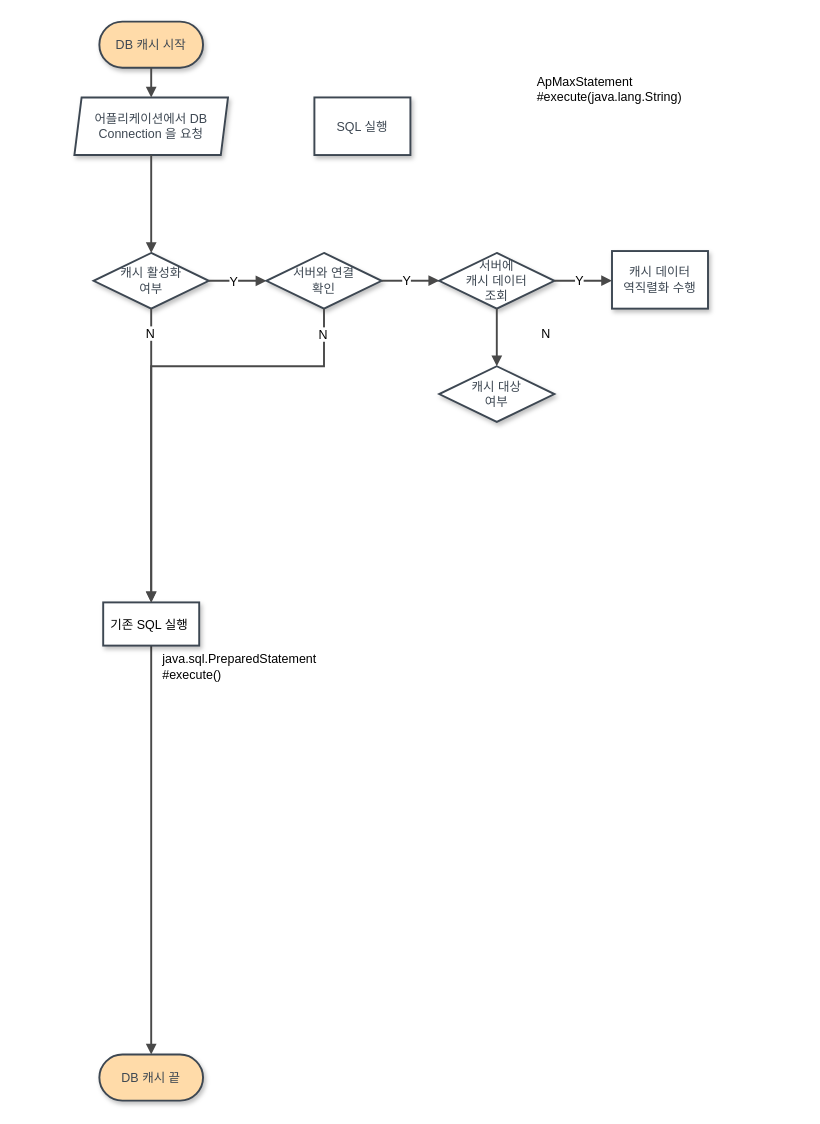
Before: page "Agent DB 캐시" (3 of 3) of agent.drawio in greenn-lab/visitor-pattern, a draw.io diagram. Source tidied: cells renumbered, new cells numbered last; positions are measured from the earlier drawing's top-left corner, leaving out a move shared by most shapes. Both pictures are drawn from the tidied source at 96%, with x=0, y=0 at pixel (74, 21).
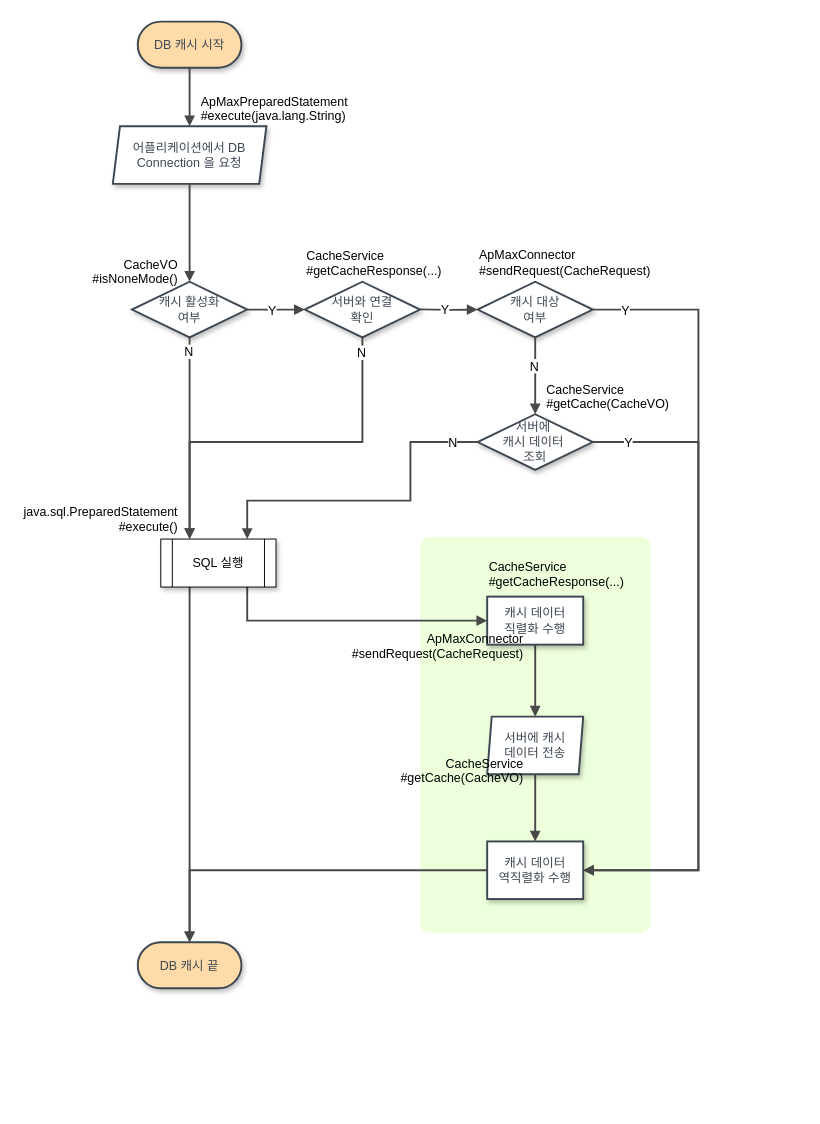
The same diagram, later.

Change to the diagram source:
```diff
@@
+    <mxCell id="31" style="rounded=1;whiteSpace=wrap;html=1;shadow=0;strokeWidth=1;fillColor=#E6FFCC;fontFamily=Helvetica;fontSize=13;align=right;strokeColor=none;gradientDirection=east;arcSize=4;textOpacity=40;opacity=70;" parent="1" vertex="1">
+      <mxGeometry x="360" y="537" width="240" height="412" as="geometry" />
+    </mxCell>
     <mxCell id="2" value="DB 캐시 시작" style="html=1;whiteSpace=wrap;rounded=1;arcSize=50;whiteSpace=wrap;fontSize=13;fontColor=#3d4752;align=center;spacing=9;strokeColor=#3d4752;strokeOpacity=100;fillOpacity=100;shadow=1;fillColor=#ffdba9;strokeWidth=2;fontFamily=Helvetica;" parent="1" vertex="1">
-      <mxGeometry x="26" width="108" height="48" as="geometry" />
+      <mxGeometry x="66" width="108" height="48" as="geometry" />
     </mxCell>
     <mxCell id="3" value="DB 캐시 끝" style="html=1;whiteSpace=wrap;rounded=1;arcSize=50;whiteSpace=wrap;fontSize=13;fontColor=#3d4752;align=center;spacing=9;strokeColor=#3d4752;strokeOpacity=100;fillOpacity=100;shadow=1;fillColor=#ffdba9;strokeWidth=2;fontFamily=Helvetica;" parent="1" vertex="1">
-      <mxGeometry x="26" y="1076" width="108" height="48" as="geometry" />
+      <mxGeometry x="66" y="959" width="108" height="48" as="geometry" />
     </mxCell>
     <mxCell id="4" value="어플리케이션에서 DB Connection 을 요청" style="html=1;whiteSpace=wrap;shape=parallelogram;perimeter=parallelogramPerimeter;anchorPointDirection=0;whiteSpace=wrap;fontSize=13;fontColor=#3d4752;align=center;spacing=3;strokeColor=#3d4752;strokeOpacity=100;fillOpacity=100;shadow=1;fillColor=#ffffff;strokeWidth=2;fontFamily=Helvetica;size=0.046875;" parent="1" vertex="1">
-      <mxGeometry y="79" width="160" height="60" as="geometry" />
+      <mxGeometry x="40" y="109" width="160" height="60" as="geometry" />
     </mxCell>
     <mxCell id="5" value="캐시 활성화&lt;br&gt;여부" style="html=1;whiteSpace=wrap;rhombus;whiteSpace=wrap;fontSize=13;fontColor=#3d4752;align=center;spacing=3;strokeColor=#3d4752;strokeOpacity=100;fillOpacity=100;shadow=1;fillColor=#ffffff;strokeWidth=2;fontFamily=Helvetica;" parent="1" vertex="1">
-      <mxGeometry x="20" y="241" width="120" height="58" as="geometry" />
+      <mxGeometry x="60" y="271" width="120" height="58" as="geometry" />
     </mxCell>
@@
-    <mxCell id="8" style="html=1;jettySize=18;whiteSpace=wrap;fontSize=13;strokeColor=#494949;strokeWidth=2;rounded=1;arcSize=0;edgeStyle=orthogonalEdgeStyle;startArrow=none;endArrow=block;endFill=1;exitX=0.5;exitY=1;fontFamily=Helvetica;exitDx=0;exitDy=0;entryX=0.5;entryY=0;entryDx=0;entryDy=0;" parent="1" edge="1" source="12" target="3">
+    <mxCell id="8" style="html=1;jettySize=18;whiteSpace=wrap;fontSize=13;strokeColor=#494949;strokeWidth=2;rounded=1;arcSize=0;edgeStyle=orthogonalEdgeStyle;startArrow=none;endArrow=block;endFill=1;exitX=0.25;exitY=1;fontFamily=Helvetica;exitDx=0;exitDy=0;entryX=0.5;entryY=0;entryDx=0;entryDy=0;" parent="1" edge="1" source="30" target="3">
       <mxGeometry relative="1" as="geometry" />
     </mxCell>
-    <mxCell id="9" style="html=1;jettySize=18;whiteSpace=wrap;fontSize=13;strokeColor=#494949;strokeWidth=2;rounded=1;arcSize=0;edgeStyle=orthogonalEdgeStyle;startArrow=none;endArrow=block;endFill=1;exitX=0.5;exitY=1;fontFamily=Helvetica;exitDx=0;exitDy=0;entryX=0.5;entryY=0;entryDx=0;entryDy=0;" parent="1" edge="1" source="5" target="12">
+    <mxCell id="9" style="html=1;jettySize=18;whiteSpace=wrap;fontSize=13;strokeColor=#494949;strokeWidth=2;rounded=1;arcSize=0;edgeStyle=orthogonalEdgeStyle;startArrow=none;endArrow=block;endFill=1;exitX=0.5;exitY=1;fontFamily=Helvetica;exitDx=0;exitDy=0;entryX=0.25;entryY=0;entryDx=0;entryDy=0;" parent="1" edge="1" source="5" target="30">
       <mxGeometry relative="1" as="geometry" />
     </mxCell>
@@
-    <mxCell id="11" style="group;" parent="1" vertex="1">
-      <mxGeometry x="30" y="605" width="300" height="95" as="geometry" />
-    </mxCell>
-    <mxCell id="12" value="&lt;div style=&quot;text-align: center ; font-size: 13px&quot;&gt;기존 SQL 실행&amp;nbsp;&lt;/div&gt;" style="html=1;whiteSpace=wrap;whiteSpace=wrap;overflow=width;spacing=7;strokeColor=#3d4752;strokeOpacity=100;fillOpacity=100;shadow=1;fillColor=#ffffff;strokeWidth=2;fontFamily=Helvetica;fontSize=13;" parent="11" vertex="1">
-      <mxGeometry width="100" height="45" as="geometry" />
-    </mxCell>
-    <mxCell id="13" value="java.sql.PreparedStatement&lt;br&gt;#execute()" style="text;whiteSpace=wrap;html=1;fontSize=13;fontFamily=Helvetica;" parent="11" vertex="1">
-      <mxGeometry x="60" y="45" width="240" height="50" as="geometry" />
-    </mxCell>
     <mxCell id="14" style="html=1;jettySize=18;whiteSpace=wrap;fontSize=13;strokeColor=#494949;strokeWidth=2;rounded=1;arcSize=0;edgeStyle=orthogonalEdgeStyle;startArrow=none;endArrow=block;endFill=1;exitX=1;exitY=0.5;fontFamily=Helvetica;exitDx=0;exitDy=0;" parent="1" edge="1" source="5">
       <mxGeometry relative="1" as="geometry">
-        <mxPoint x="200" y="270" as="targetPoint" />
+        <mxPoint x="240" y="300" as="targetPoint" />
       </mxGeometry>
     </mxCell>
@@
-    <mxCell id="16" style="edgeStyle=orthogonalEdgeStyle;rounded=0;jettySize=auto;html=1;endArrow=none;endFill=0;strokeWidth=1;fontFamily=Helvetica;fontSize=13;" parent="1" edge="1" source="17" target="22">
-      <mxGeometry relative="1" as="geometry" />
-    </mxCell>
     <mxCell id="17" value="서버와 연결&lt;br&gt;확인" style="html=1;whiteSpace=wrap;rhombus;whiteSpace=wrap;fontSize=13;fontColor=#3d4752;align=center;spacing=3;strokeColor=#3d4752;strokeOpacity=100;fillOpacity=100;shadow=1;fillColor=#ffffff;strokeWidth=2;fontFamily=Helvetica;" parent="1" vertex="1">
-      <mxGeometry x="200" y="241" width="120" height="58" as="geometry" />
+      <mxGeometry x="240" y="271" width="120" height="58" as="geometry" />
     </mxCell>
-    <mxCell id="18" style="html=1;jettySize=18;whiteSpace=wrap;fontSize=13;strokeColor=#494949;strokeWidth=2;rounded=1;arcSize=0;edgeStyle=orthogonalEdgeStyle;startArrow=none;endArrow=block;endFill=1;exitX=0.5;exitY=1;fontFamily=Helvetica;exitDx=0;exitDy=0;entryX=0.5;entryY=0;entryDx=0;entryDy=0;" parent="1" edge="1" source="17" target="12">
+    <mxCell id="18" style="html=1;jettySize=18;whiteSpace=wrap;fontSize=13;strokeColor=#494949;strokeWidth=2;rounded=1;arcSize=0;edgeStyle=orthogonalEdgeStyle;startArrow=none;endArrow=block;endFill=1;exitX=0.5;exitY=1;fontFamily=Helvetica;exitDx=0;exitDy=0;entryX=0.25;entryY=0;entryDx=0;entryDy=0;" parent="1" edge="1" source="17" target="30">
       <mxGeometry relative="1" as="geometry">
         <Array as="points">
-          <mxPoint x="260" y="359" />
-          <mxPoint x="80" y="359" />
+          <mxPoint x="300" y="438" />
+          <mxPoint x="120" y="438" />
         </Array>
       </mxGeometry>
     </mxCell>
@@
-    <mxCell id="20" style="html=1;jettySize=18;whiteSpace=wrap;fontSize=13;strokeColor=#494949;strokeWidth=2;rounded=1;arcSize=0;edgeStyle=orthogonalEdgeStyle;startArrow=none;endArrow=block;endFill=1;exitX=1;exitY=0.5;fontFamily=Helvetica;exitDx=0;exitDy=0;" parent="1" edge="1">
+    <mxCell id="20" style="html=1;jettySize=18;whiteSpace=wrap;fontSize=13;strokeColor=#494949;strokeWidth=2;rounded=1;arcSize=0;edgeStyle=orthogonalEdgeStyle;startArrow=none;endArrow=block;endFill=1;exitX=1;exitY=0.5;fontFamily=Helvetica;exitDx=0;exitDy=0;entryX=0;entryY=0.5;entryDx=0;entryDy=0;" parent="1" edge="1" target="22">
       <mxGeometry relative="1" as="geometry">
-        <mxPoint x="320" y="269.8" as="sourcePoint" />
-        <mxPoint x="380" y="269.8" as="targetPoint" />
+        <mxPoint x="360" y="299.8" as="sourcePoint" />
       </mxGeometry>
     </mxCell>
@@
-    <mxCell id="22" value="서버에 &lt;br&gt;캐시 데이터 &lt;br&gt;조회" style="html=1;whiteSpace=wrap;rhombus;whiteSpace=wrap;fontSize=13;fontColor=#3d4752;align=center;spacing=3;strokeColor=#3d4752;strokeOpacity=100;fillOpacity=100;shadow=1;fillColor=#ffffff;strokeWidth=2;fontFamily=Helvetica;" parent="1" vertex="1">
-      <mxGeometry x="380" y="241" width="120" height="58" as="geometry" />
+    <mxCell id="22" value="캐시 대상&lt;br&gt;여부" style="html=1;whiteSpace=wrap;rhombus;whiteSpace=wrap;fontSize=13;fontColor=#3d4752;align=center;spacing=3;strokeColor=#3d4752;strokeOpacity=100;fillOpacity=100;shadow=1;fillColor=#ffffff;strokeWidth=2;fontFamily=Helvetica;" parent="1" vertex="1">
+      <mxGeometry x="420" y="271" width="120" height="58" as="geometry" />
     </mxCell>
     <mxCell id="23" style="html=1;jettySize=18;whiteSpace=wrap;fontSize=13;strokeColor=#494949;strokeWidth=2;rounded=1;arcSize=0;edgeStyle=orthogonalEdgeStyle;startArrow=none;endArrow=block;endFill=1;exitX=0.5;exitY=1;fontFamily=Helvetica;exitDx=0;exitDy=0;entryX=0.5;entryY=0;entryDx=0;entryDy=0;" parent="1" edge="1" source="22" target="28">
       <mxGeometry relative="1" as="geometry">
         <Array as="points">
-          <mxPoint x="440" y="359" />
+          <mxPoint x="480" y="389" />
         </Array>
       </mxGeometry>
     </mxCell>
     <mxCell id="24" value="N" style="edgeLabel;html=1;align=center;verticalAlign=middle;fontSize=13;fontFamily=Helvetica;" parent="23" vertex="1">
       <mxGeometry x="1" y="51" relative="1" as="geometry">
-        <mxPoint x="-1" y="-35" as="offset" />
+        <mxPoint x="-53" y="-50.6" as="offset" />
       </mxGeometry>
     </mxCell>
-    <mxCell id="25" style="html=1;jettySize=18;whiteSpace=wrap;fontSize=13;strokeColor=#494949;strokeWidth=2;rounded=1;arcSize=0;edgeStyle=orthogonalEdgeStyle;startArrow=none;endArrow=block;endFill=1;exitX=1;exitY=0.5;fontFamily=Helvetica;exitDx=0;exitDy=0;" parent="1" edge="1">
+    <mxCell id="25" style="html=1;jettySize=18;whiteSpace=wrap;fontSize=13;strokeColor=#494949;strokeWidth=2;rounded=1;arcSize=0;edgeStyle=orthogonalEdgeStyle;startArrow=none;endArrow=block;endFill=1;exitX=1;exitY=0.5;fontFamily=Helvetica;exitDx=0;exitDy=0;entryX=1;entryY=0.5;entryDx=0;entryDy=0;" parent="1" edge="1" source="22" target="50">
       <mxGeometry relative="1" as="geometry">
-        <mxPoint x="500" y="269.9" as="sourcePoint" />
-        <mxPoint x="560" y="269.9" as="targetPoint" />
+        <Array as="points">
+          <mxPoint x="650" y="300" />
+          <mxPoint x="650" y="884" />
+        </Array>
       </mxGeometry>
     </mxCell>
     <mxCell id="26" value="Y" style="edgeLabel;html=1;align=center;verticalAlign=middle;fontSize=13;fontFamily=Helvetica;" parent="25" vertex="1">
       <mxGeometry x="-0.75" y="1" relative="1" as="geometry">
-        <mxPoint x="17.4" y="1" as="offset" />
+        <mxPoint x="-68.8" y="1" as="offset" />
       </mxGeometry>
     </mxCell>
-    <mxCell id="27" value="캐시 데이터&lt;br&gt;역직렬화&amp;nbsp;수행" style="html=1;whiteSpace=wrap;whiteSpace=wrap;fontSize=13;fontColor=#3d4752;align=center;spacing=7;strokeColor=#3d4752;strokeOpacity=100;fillOpacity=100;shadow=1;fillColor=#ffffff;strokeWidth=2;fontFamily=Helvetica;" parent="1" vertex="1">
-      <mxGeometry x="560" y="239" width="100" height="60" as="geometry" />
-    </mxCell>
-    <mxCell id="28" value="캐시 대상&lt;br&gt;여부" style="html=1;whiteSpace=wrap;rhombus;whiteSpace=wrap;fontSize=13;fontColor=#3d4752;align=center;spacing=3;strokeColor=#3d4752;strokeOpacity=100;fillOpacity=100;shadow=1;fillColor=#ffffff;strokeWidth=2;fontFamily=Helvetica;" parent="1" vertex="1">
-      <mxGeometry x="380" y="359" width="120" height="58" as="geometry" />
+    <mxCell id="28" value="서버에&amp;nbsp;&lt;br&gt;캐시 데이터&amp;nbsp;&lt;br&gt;조회" style="html=1;whiteSpace=wrap;rhombus;whiteSpace=wrap;fontSize=13;fontColor=#3d4752;align=center;spacing=3;strokeColor=#3d4752;strokeOpacity=100;fillOpacity=100;shadow=1;fillColor=#ffffff;strokeWidth=2;fontFamily=Helvetica;" parent="1" vertex="1">
+      <mxGeometry x="420" y="409" width="120" height="58" as="geometry" />
     </mxCell>
-    <mxCell id="29" value="ApMaxStatement&lt;br&gt;#execute(java.lang.String)" style="text;whiteSpace=wrap;html=1;fontSize=13;fontFamily=Helvetica;verticalAlign=bottom;" parent="1" vertex="1">
-      <mxGeometry x="480" y="59" width="280" height="30" as="geometry" />
+    <mxCell id="29" value="ApMaxPreparedStatement&lt;br&gt;#execute(java.lang.String)" style="text;whiteSpace=wrap;html=1;fontSize=13;fontFamily=Helvetica;verticalAlign=bottom;" parent="1" vertex="1">
+      <mxGeometry x="130" y="79" width="280" height="30" as="geometry" />
     </mxCell>
+    <mxCell id="32" value="CacheVO&lt;br&gt;#isNoneMode()" style="text;whiteSpace=wrap;html=1;fontSize=13;fontFamily=Helvetica;verticalAlign=bottom;align=right;" parent="1" vertex="1">
+      <mxGeometry x="10" y="249" width="100" height="30" as="geometry" />
+    </mxCell>
+    <mxCell id="33" value="CacheService&lt;br&gt;#getCacheResponse(...)" style="text;whiteSpace=wrap;html=1;fontSize=13;fontFamily=Helvetica;verticalAlign=bottom;align=left;" parent="1" vertex="1">
+      <mxGeometry x="240" y="240" width="154" height="30" as="geometry" />
+    </mxCell>
+    <mxCell id="34" value="ApMaxConnector&lt;br&gt;#sendRequest(CacheRequest)" style="text;whiteSpace=wrap;html=1;fontSize=13;fontFamily=Helvetica;" parent="1" vertex="1">
+      <mxGeometry x="420" y="229" width="210" height="30" as="geometry" />
+    </mxCell>
+    <mxCell id="35" value="CacheService&lt;br&gt;#getCache(CacheVO)" style="text;whiteSpace=wrap;html=1;fontSize=13;fontFamily=Helvetica;verticalAlign=bottom;align=left;" parent="1" vertex="1">
+      <mxGeometry x="490" y="379" width="170" height="30" as="geometry" />
+    </mxCell>
+    <mxCell id="36" style="html=1;jettySize=18;whiteSpace=wrap;fontSize=13;strokeColor=#494949;strokeWidth=2;rounded=1;arcSize=0;edgeStyle=orthogonalEdgeStyle;startArrow=none;endArrow=block;endFill=1;exitX=0;exitY=0.5;fontFamily=Helvetica;exitDx=0;exitDy=0;entryX=0.5;entryY=0;entryDx=0;entryDy=0;" parent="1" edge="1" source="50" target="3">
+      <mxGeometry relative="1" as="geometry">
+        <Array as="points">
+          <mxPoint x="120" y="884" />
+        </Array>
+      </mxGeometry>
+    </mxCell>
+    <mxCell id="37" style="html=1;jettySize=18;whiteSpace=wrap;fontSize=13;strokeColor=#494949;strokeWidth=2;rounded=1;arcSize=0;edgeStyle=orthogonalEdgeStyle;startArrow=none;endArrow=block;endFill=1;exitX=0.75;exitY=1;fontFamily=Helvetica;exitDx=0;exitDy=0;entryX=0;entryY=0.5;entryDx=0;entryDy=0;" parent="1" edge="1" source="30" target="27">
+      <mxGeometry relative="1" as="geometry" />
+    </mxCell>
+    <mxCell id="38" style="html=1;jettySize=18;whiteSpace=wrap;fontSize=13;strokeColor=#494949;strokeWidth=2;rounded=1;arcSize=0;edgeStyle=orthogonalEdgeStyle;startArrow=none;endArrow=block;endFill=1;exitX=0.5;exitY=1;fontFamily=Helvetica;exitDx=0;exitDy=0;entryX=0.5;entryY=0;entryDx=0;entryDy=0;" parent="1" edge="1" source="27" target="47">
+      <mxGeometry relative="1" as="geometry" />
+    </mxCell>
+    <mxCell id="39" style="html=1;jettySize=18;whiteSpace=wrap;fontSize=13;strokeColor=#494949;strokeWidth=2;rounded=1;arcSize=0;edgeStyle=orthogonalEdgeStyle;startArrow=none;endArrow=block;endFill=1;exitX=0.5;exitY=1;fontFamily=Helvetica;exitDx=0;exitDy=0;entryX=0.5;entryY=0;entryDx=0;entryDy=0;" parent="1" edge="1" source="47" target="50">
+      <mxGeometry relative="1" as="geometry" />
+    </mxCell>
+    <mxCell id="40" style="group;" parent="1" vertex="1">
+      <mxGeometry x="310" y="514" width="220" height="90" as="geometry" />
+    </mxCell>
+    <mxCell id="27" value="캐시 데이터&lt;br&gt;직렬화&amp;nbsp;수행" style="html=1;whiteSpace=wrap;whiteSpace=wrap;fontSize=13;fontColor=#3d4752;align=center;spacing=7;strokeColor=#3d4752;strokeOpacity=100;fillOpacity=100;shadow=1;fillColor=#ffffff;strokeWidth=2;fontFamily=Helvetica;" parent="40" vertex="1">
+      <mxGeometry x="120" y="85" width="100" height="50" as="geometry" />
+    </mxCell>
+    <mxCell id="41" value="CacheService&lt;br&gt;#getCacheResponse(...)" style="text;whiteSpace=wrap;html=1;fontSize=13;fontFamily=Helvetica;verticalAlign=bottom;align=left;" parent="40" vertex="1">
+      <mxGeometry x="120" y="50" width="154" height="30" as="geometry" />
+    </mxCell>
+    <mxCell id="42" style="html=1;jettySize=18;whiteSpace=wrap;fontSize=13;strokeColor=#494949;strokeWidth=2;rounded=1;arcSize=0;edgeStyle=orthogonalEdgeStyle;startArrow=none;endArrow=block;endFill=1;exitX=0;exitY=0.5;fontFamily=Helvetica;exitDx=0;exitDy=0;entryX=0.75;entryY=0;entryDx=0;entryDy=0;" parent="1" edge="1" source="28" target="30">
+      <mxGeometry relative="1" as="geometry">
+        <Array as="points">
+          <mxPoint x="350" y="438" />
+          <mxPoint x="350" y="499" />
+          <mxPoint x="180" y="499" />
+        </Array>
+      </mxGeometry>
+    </mxCell>
+    <mxCell id="43" value="N" style="edgeLabel;html=1;align=center;verticalAlign=middle;fontSize=13;fontFamily=Helvetica;" parent="42" vertex="1">
+      <mxGeometry x="-0.77" y="-3" relative="1" as="geometry">
+        <mxPoint x="12" y="3.6" as="offset" />
+      </mxGeometry>
+    </mxCell>
+    <mxCell id="44" style="html=1;jettySize=18;whiteSpace=wrap;fontSize=13;strokeColor=#494949;strokeWidth=2;rounded=1;arcSize=0;edgeStyle=orthogonalEdgeStyle;startArrow=none;endArrow=block;endFill=1;exitX=1;exitY=0.5;fontFamily=Helvetica;exitDx=0;exitDy=0;entryX=1;entryY=0.5;entryDx=0;entryDy=0;" parent="1" edge="1" source="28" target="50">
+      <mxGeometry relative="1" as="geometry">
+        <Array as="points">
+          <mxPoint x="650" y="438" />
+          <mxPoint x="650" y="884" />
+        </Array>
+      </mxGeometry>
+    </mxCell>
+    <mxCell id="45" value="Y" style="edgeLabel;html=1;align=center;verticalAlign=middle;fontSize=13;fontFamily=Helvetica;" parent="44" vertex="1">
+      <mxGeometry x="-0.75" y="1" relative="1" as="geometry">
+        <mxPoint x="-48.8" y="1" as="offset" />
+      </mxGeometry>
+    </mxCell>
+    <mxCell id="46" style="group;" parent="1" vertex="1">
+      <mxGeometry x="260" y="639" width="270" height="95" as="geometry" />
+    </mxCell>
+    <mxCell id="47" value="서버에 캐시 &lt;br&gt;데이터 전송" style="html=1;whiteSpace=wrap;shape=parallelogram;perimeter=parallelogramPerimeter;anchorPointDirection=0;whiteSpace=wrap;fontSize=13;fontColor=#3d4752;align=center;spacing=3;strokeColor=#3d4752;strokeOpacity=100;fillOpacity=100;shadow=1;fillColor=#ffffff;strokeWidth=2;fontFamily=Helvetica;size=0.046875;" parent="46" vertex="1">
+      <mxGeometry x="170" y="85" width="100" height="60" as="geometry" />
+    </mxCell>
+    <mxCell id="48" value="ApMaxConnector&lt;br&gt;#sendRequest(CacheRequest)" style="text;whiteSpace=wrap;html=1;fontSize=13;fontFamily=Helvetica;align=right;verticalAlign=bottom;" parent="46" vertex="1">
+      <mxGeometry width="210" height="30" as="geometry" />
+    </mxCell>
+    <mxCell id="49" style="group;" parent="1" vertex="1">
+      <mxGeometry x="300" y="769" width="230" height="95" as="geometry" />
+    </mxCell>
+    <mxCell id="50" value="캐시 데이터&lt;br&gt;역직렬화&amp;nbsp;수행" style="html=1;whiteSpace=wrap;whiteSpace=wrap;fontSize=13;fontColor=#3d4752;align=center;spacing=7;strokeColor=#3d4752;strokeOpacity=100;fillOpacity=100;shadow=1;fillColor=#ffffff;strokeWidth=2;fontFamily=Helvetica;" parent="49" vertex="1">
+      <mxGeometry x="130" y="85" width="100" height="60" as="geometry" />
+    </mxCell>
+    <mxCell id="51" value="CacheService&lt;br&gt;#getCache(CacheVO)" style="text;whiteSpace=wrap;html=1;fontSize=13;fontFamily=Helvetica;verticalAlign=bottom;align=right;" parent="49" vertex="1">
+      <mxGeometry width="170" height="30" as="geometry" />
+    </mxCell>
+    <mxCell id="52" style="group;" parent="1" vertex="1">
+      <mxGeometry x="-60" y="487" width="270" height="102" as="geometry" />
+    </mxCell>
-    <mxCell id="30" value="SQL 실행" style="html=1;whiteSpace=wrap;whiteSpace=wrap;fontSize=13;fontColor=#3d4752;align=center;spacing=7;strokeColor=#3d4752;strokeOpacity=100;fillOpacity=100;shadow=1;fillColor=#ffffff;strokeWidth=2;fontFamily=Helvetica;" parent="1" vertex="1">
-      <mxGeometry x="250" y="79" width="100" height="60" as="geometry" />
+    <mxCell id="30" value="SQL 실행" style="shape=process;whiteSpace=wrap;html=1;backgroundOutline=1;shadow=1;strokeColor=#000000;strokeWidth=1;gradientColor=none;fontFamily=Helvetica;fontSize=13;align=center;" parent="52" vertex="1">
+      <mxGeometry x="150" y="52" width="120" height="50" as="geometry" />
     </mxCell>
+    <mxCell id="13" value="java.sql.PreparedStatement&lt;br&gt;#execute()" style="text;whiteSpace=wrap;html=1;fontSize=13;fontFamily=Helvetica;verticalAlign=bottom;align=right;" parent="52" vertex="1">
+      <mxGeometry width="170" height="50" as="geometry" />
+    </mxCell>
```
